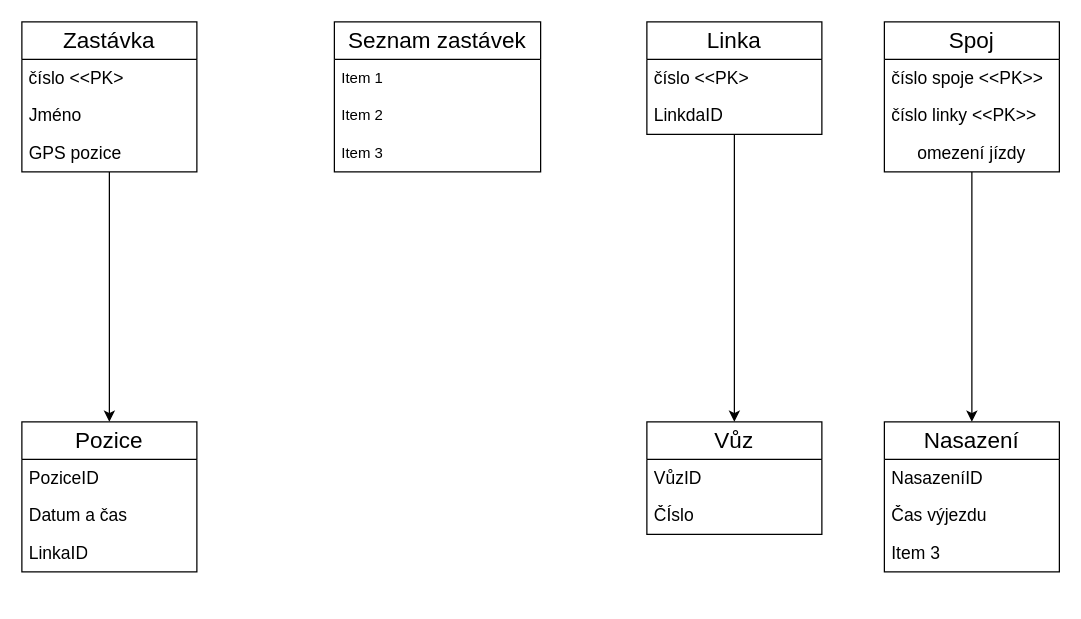
This is Untitled Diagram.drawio from 0MarI000/ER-diagram, a draw.io file, before an edit. Source tidied: cells renumbered, new cells numbered last; positions are measured from the earlier drawing's top-left corner, leaving out a move shared by most shapes. Both pictures are drawn from the tidied source at 125%, with x=0, y=0 at pixel (21, 21).
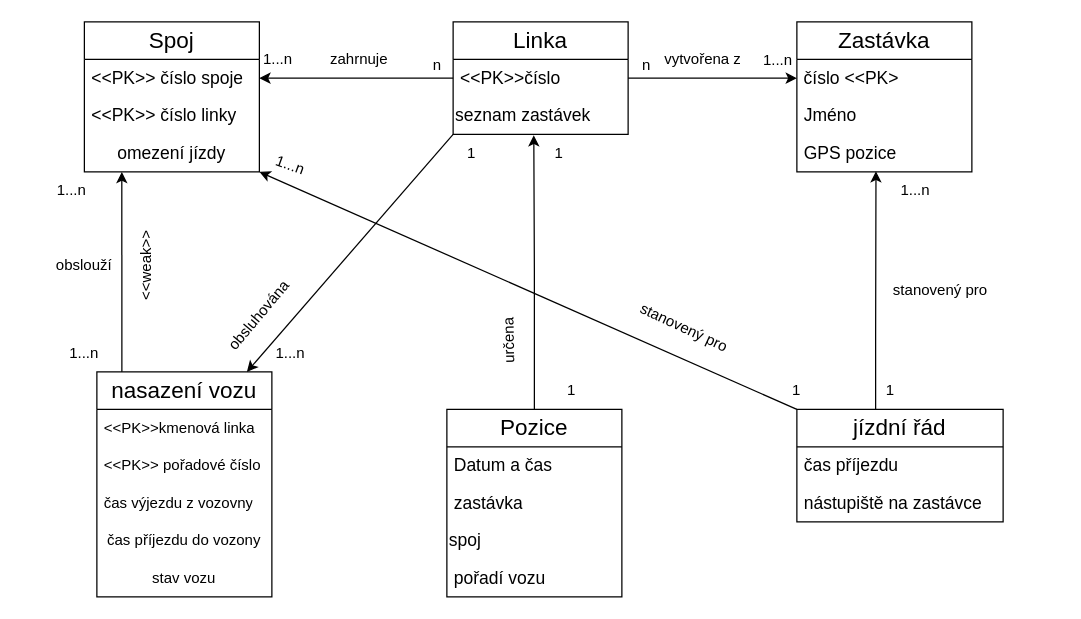
The same diagram, later.

The change refers to these unchanged cells:
```xml
<mxCell id="4" value="&lt;font style=&quot;font-size: 14px;&quot;&gt;&amp;nbsp;číslo &amp;lt;&amp;lt;PK&amp;gt;&lt;/font&gt;" style="text;html=1;strokeColor=none;fillColor=none;align=left;verticalAlign=middle;whiteSpace=wrap;rounded=0;" parent="3" vertex="1">
  <mxGeometry y="30" width="140" height="30" as="geometry" />
</mxCell>
<mxCell id="6" value="&lt;font style=&quot;font-size: 14px;&quot;&gt;GPS pozice&lt;/font&gt;" style="text;strokeColor=none;fillColor=none;align=left;verticalAlign=middle;spacingLeft=4;spacingRight=4;overflow=hidden;points=[[0,0.5],[1,0.5]];portConstraint=eastwest;whiteSpace=wrap;html=1;" parent="3" vertex="1">
  <mxGeometry y="90" width="140" height="30" as="geometry" />
</mxCell>
<mxCell id="15" value="&lt;font style=&quot;font-size: 14px;&quot;&gt;omezení jízdy&lt;/font&gt;" style="text;html=1;strokeColor=none;fillColor=none;align=center;verticalAlign=middle;whiteSpace=wrap;rounded=0;" parent="12" vertex="1">
  <mxGeometry y="90" width="140" height="30" as="geometry" />
</mxCell>
```

Diff of the diagram source:
```diff
@@
-    <mxCell id="2" style="edgeStyle=orthogonalEdgeStyle;rounded=0;jettySize=auto;html=1;entryX=0.5;entryY=0;entryDx=0;entryDy=0;" parent="1" edge="1" source="3" target="20">
-      <mxGeometry relative="1" as="geometry" />
-    </mxCell>
     <mxCell id="3" value="&lt;font style=&quot;font-size: 18px;&quot;&gt;Zastávka&lt;/font&gt;" style="swimlane;fontStyle=0;horizontal=1;startSize=30;whiteSpace=wrap;html=1;" parent="1" vertex="1">
-      <mxGeometry width="140" height="120" as="geometry" />
+      <mxGeometry x="620" width="140" height="120" as="geometry" />
     </mxCell>
@@
-    <mxCell id="7" style="edgeStyle=orthogonalEdgeStyle;rounded=0;jettySize=auto;html=1;" parent="1" edge="1" source="8" target="24">
-      <mxGeometry relative="1" as="geometry" />
-    </mxCell>
     <mxCell id="8" value="&lt;font style=&quot;font-size: 18px;&quot;&gt;Linka&lt;/font&gt;" style="swimlane;fontStyle=0;horizontal=1;startSize=30;whiteSpace=wrap;html=1;" parent="1" vertex="1">
-      <mxGeometry x="500" width="140" height="90" as="geometry" />
+      <mxGeometry x="345" width="140" height="90" as="geometry" />
     </mxCell>
-    <mxCell id="9" value="&lt;font style=&quot;font-size: 14px;&quot;&gt;číslo &amp;lt;&amp;lt;PK&amp;gt;&lt;br&gt;&lt;/font&gt;" style="text;strokeColor=none;fillColor=none;align=left;verticalAlign=middle;spacingLeft=4;spacingRight=4;overflow=hidden;points=[[0,0.5],[1,0.5]];portConstraint=eastwest;whiteSpace=wrap;html=1;" parent="8" vertex="1">
+    <mxCell id="9" value="&lt;font style=&quot;font-size: 14px;&quot;&gt;&amp;lt;&amp;lt;PK&amp;gt;&amp;gt;číslo&amp;nbsp;&lt;br&gt;&lt;/font&gt;" style="text;strokeColor=none;fillColor=none;align=left;verticalAlign=middle;spacingLeft=4;spacingRight=4;overflow=hidden;points=[[0,0.5],[1,0.5]];portConstraint=eastwest;whiteSpace=wrap;html=1;" parent="8" vertex="1">
       <mxGeometry y="30" width="140" height="30" as="geometry" />
     </mxCell>
-    <mxCell id="10" value="&lt;font style=&quot;font-size: 14px;&quot;&gt;LinkdaID&lt;/font&gt;" style="text;strokeColor=none;fillColor=none;align=left;verticalAlign=middle;spacingLeft=4;spacingRight=4;overflow=hidden;whiteSpace=wrap;html=1;" parent="8" vertex="1">
-      <mxGeometry y="60" width="140" height="30" as="geometry" />
-    </mxCell>
-    <mxCell id="11" style="edgeStyle=orthogonalEdgeStyle;rounded=0;jettySize=auto;html=1;entryX=0.5;entryY=0;entryDx=0;entryDy=0;" parent="1" edge="1" source="12" target="16">
-      <mxGeometry relative="1" as="geometry" />
-    </mxCell>
+    <mxCell id="31" value="&lt;font style=&quot;font-size: 14px;&quot;&gt;seznam zastávek&lt;/font&gt;" style="text;html=1;strokeColor=none;fillColor=none;align=left;verticalAlign=middle;whiteSpace=wrap;rounded=0;" parent="8" vertex="1">
+      <mxGeometry y="60" width="140" height="30" as="geometry" />
+    </mxCell>
     <mxCell id="12" value="&lt;font style=&quot;font-size: 18px;&quot;&gt;Spoj&lt;/font&gt;" style="swimlane;fontStyle=0;horizontal=1;startSize=30;whiteSpace=wrap;html=1;" parent="1" vertex="1">
-      <mxGeometry x="690" width="140" height="120" as="geometry" />
+      <mxGeometry x="50" width="140" height="120" as="geometry" />
     </mxCell>
-    <mxCell id="13" value="&lt;font style=&quot;font-size: 14px;&quot;&gt;číslo spoje &amp;lt;&amp;lt;PK&amp;gt;&amp;gt;&lt;/font&gt;" style="text;strokeColor=none;fillColor=none;align=left;verticalAlign=middle;spacingLeft=4;spacingRight=4;overflow=hidden;points=[[0,0.5],[1,0.5]];portConstraint=eastwest;whiteSpace=wrap;html=1;" parent="12" vertex="1">
+    <mxCell id="13" value="&lt;font style=&quot;font-size: 14px;&quot;&gt;&amp;lt;&amp;lt;PK&amp;gt;&amp;gt; číslo spoje&lt;/font&gt;" style="text;strokeColor=none;fillColor=none;align=left;verticalAlign=middle;spacingLeft=4;spacingRight=4;overflow=hidden;points=[[0,0.5],[1,0.5]];portConstraint=eastwest;whiteSpace=wrap;html=1;" parent="12" vertex="1">
       <mxGeometry y="30" width="140" height="30" as="geometry" />
     </mxCell>
-    <mxCell id="14" value="&lt;font style=&quot;font-size: 14px;&quot;&gt;číslo linky &amp;lt;&amp;lt;PK&amp;gt;&amp;gt;&lt;/font&gt;" style="text;strokeColor=none;fillColor=none;align=left;verticalAlign=middle;spacingLeft=4;spacingRight=4;overflow=hidden;whiteSpace=wrap;html=1;" parent="12" vertex="1">
+    <mxCell id="14" value="&lt;font style=&quot;font-size: 14px;&quot;&gt;&amp;lt;&amp;lt;PK&amp;gt;&amp;gt; číslo linky&lt;/font&gt;" style="text;strokeColor=none;fillColor=none;align=left;verticalAlign=middle;spacingLeft=4;spacingRight=4;overflow=hidden;whiteSpace=wrap;html=1;" parent="12" vertex="1">
       <mxGeometry y="60" width="140" height="30" as="geometry" />
     </mxCell>
@@
-    <mxCell id="16" value="&lt;font style=&quot;font-size: 18px;&quot;&gt;Nasazení&lt;/font&gt;" style="swimlane;fontStyle=0;horizontal=1;startSize=30;whiteSpace=wrap;html=1;" parent="1" vertex="1">
-      <mxGeometry x="690" y="320" width="140" height="120" as="geometry" />
-    </mxCell>
-    <mxCell id="17" value="&lt;font style=&quot;font-size: 14px;&quot;&gt;NasazeníID&lt;/font&gt;" style="text;strokeColor=none;fillColor=none;align=left;verticalAlign=middle;spacingLeft=4;spacingRight=4;overflow=hidden;whiteSpace=wrap;html=1;" parent="16" vertex="1">
-      <mxGeometry y="30" width="140" height="30" as="geometry" />
-    </mxCell>
-    <mxCell id="18" value="&lt;font style=&quot;font-size: 14px;&quot;&gt;Čas výjezdu&lt;/font&gt;" style="text;strokeColor=none;fillColor=none;align=left;verticalAlign=middle;spacingLeft=4;spacingRight=4;overflow=hidden;whiteSpace=wrap;html=1;" parent="16" vertex="1">
-      <mxGeometry y="60" width="140" height="30" as="geometry" />
-    </mxCell>
-    <mxCell id="19" value="&lt;font style=&quot;font-size: 14px;&quot;&gt;Item 3&lt;/font&gt;" style="text;strokeColor=none;fillColor=none;align=left;verticalAlign=middle;spacingLeft=4;spacingRight=4;overflow=hidden;whiteSpace=wrap;html=1;" parent="16" vertex="1">
-      <mxGeometry y="90" width="140" height="30" as="geometry" />
-    </mxCell>
     <mxCell id="20" value="&lt;font style=&quot;font-size: 18px;&quot;&gt;Pozice&lt;/font&gt;" style="swimlane;fontStyle=0;horizontal=1;startSize=30;whiteSpace=wrap;html=1;" parent="1" vertex="1">
-      <mxGeometry y="320" width="140" height="120" as="geometry" />
+      <mxGeometry x="340" y="310" width="140" height="150" as="geometry" />
     </mxCell>
-    <mxCell id="21" value="&lt;font style=&quot;font-size: 14px;&quot;&gt;PoziceID&lt;/font&gt;" style="text;strokeColor=none;fillColor=none;align=left;verticalAlign=middle;spacingLeft=4;spacingRight=4;overflow=hidden;whiteSpace=wrap;html=1;" parent="20" vertex="1">
-      <mxGeometry y="30" width="140" height="30" as="geometry" />
-    </mxCell>
     <mxCell id="22" value="&lt;font style=&quot;font-size: 14px;&quot;&gt;Datum a čas&lt;/font&gt;" style="text;strokeColor=none;fillColor=none;align=left;verticalAlign=middle;spacingLeft=4;spacingRight=4;overflow=hidden;whiteSpace=wrap;html=1;" parent="20" vertex="1">
-      <mxGeometry y="60" width="140" height="30" as="geometry" />
+      <mxGeometry y="30" width="140" height="30" as="geometry" />
     </mxCell>
-    <mxCell id="23" value="&lt;font style=&quot;font-size: 14px;&quot;&gt;LinkaID&lt;/font&gt;" style="text;strokeColor=none;fillColor=none;align=left;verticalAlign=middle;spacingLeft=4;spacingRight=4;overflow=hidden;whiteSpace=wrap;html=1;" parent="20" vertex="1">
-      <mxGeometry y="90" width="140" height="30" as="geometry" />
+    <mxCell id="23" value="&lt;font style=&quot;font-size: 14px;&quot;&gt;zastávka&lt;/font&gt;" style="text;strokeColor=none;fillColor=none;align=left;verticalAlign=middle;spacingLeft=4;spacingRight=4;overflow=hidden;whiteSpace=wrap;html=1;" parent="20" vertex="1">
+      <mxGeometry y="60" width="140" height="30" as="geometry" />
     </mxCell>
-    <mxCell id="24" value="&lt;font style=&quot;font-size: 18px;&quot;&gt;Vůz&lt;/font&gt;" style="swimlane;fontStyle=0;horizontal=1;startSize=30;whiteSpace=wrap;html=1;" parent="1" vertex="1">
-      <mxGeometry x="500" y="320" width="140" height="90" as="geometry" />
-    </mxCell>
-    <mxCell id="25" value="&lt;font style=&quot;font-size: 14px;&quot;&gt;VůzID&lt;/font&gt;" style="text;strokeColor=none;fillColor=none;align=left;verticalAlign=middle;spacingLeft=4;spacingRight=4;overflow=hidden;whiteSpace=wrap;html=1;" parent="24" vertex="1">
-      <mxGeometry y="30" width="140" height="30" as="geometry" />
-    </mxCell>
-    <mxCell id="26" value="&lt;font style=&quot;font-size: 14px;&quot;&gt;ČÍslo&lt;/font&gt;" style="text;strokeColor=none;fillColor=none;align=left;verticalAlign=middle;spacingLeft=4;spacingRight=4;overflow=hidden;whiteSpace=wrap;html=1;" parent="24" vertex="1">
-      <mxGeometry y="60" width="140" height="30" as="geometry" />
-    </mxCell>
+    <mxCell id="32" value="&lt;font style=&quot;font-size: 14px;&quot;&gt;spoj&lt;/font&gt;" style="text;html=1;strokeColor=none;fillColor=none;align=left;verticalAlign=middle;whiteSpace=wrap;rounded=0;" parent="20" vertex="1">
+      <mxGeometry y="90" width="140" height="30" as="geometry" />
+    </mxCell>
+    <mxCell id="21" value="&lt;font style=&quot;font-size: 14px;&quot;&gt;pořadí vozu&lt;/font&gt;" style="text;strokeColor=none;fillColor=none;align=left;verticalAlign=middle;spacingLeft=4;spacingRight=4;overflow=hidden;whiteSpace=wrap;html=1;" parent="20" vertex="1">
+      <mxGeometry y="120" width="140" height="30" as="geometry" />
+    </mxCell>
-    <mxCell id="27" value="&lt;span style=&quot;font-size: 18px;&quot;&gt;Seznam zastávek&lt;/span&gt;" style="swimlane;fontStyle=0;horizontal=1;startSize=30;whiteSpace=wrap;html=1;" parent="1" vertex="1">
-      <mxGeometry x="250" width="165" height="120" as="geometry" />
+    <mxCell id="27" value="&lt;span style=&quot;font-size: 18px;&quot;&gt;jízdní řád&lt;/span&gt;" style="swimlane;fontStyle=0;horizontal=1;startSize=30;whiteSpace=wrap;html=1;" parent="1" vertex="1">
+      <mxGeometry x="620" y="310" width="165" height="90" as="geometry" />
     </mxCell>
-    <mxCell id="28" value="Item 1" style="text;strokeColor=none;fillColor=none;align=left;verticalAlign=middle;spacingLeft=4;spacingRight=4;overflow=hidden;whiteSpace=wrap;html=1;" parent="27" vertex="1">
+    <mxCell id="28" value="&lt;font style=&quot;font-size: 14px;&quot;&gt;čas příjezdu&lt;/font&gt;" style="text;strokeColor=none;fillColor=none;align=left;verticalAlign=middle;spacingLeft=4;spacingRight=4;overflow=hidden;whiteSpace=wrap;html=1;" parent="27" vertex="1">
       <mxGeometry y="30" width="165" height="30" as="geometry" />
     </mxCell>
-    <mxCell id="29" value="Item 2" style="text;strokeColor=none;fillColor=none;align=left;verticalAlign=middle;spacingLeft=4;spacingRight=4;overflow=hidden;whiteSpace=wrap;html=1;" parent="27" vertex="1">
-      <mxGeometry y="60" width="165" height="30" as="geometry" />
-    </mxCell>
-    <mxCell id="30" value="Item 3" style="text;strokeColor=none;fillColor=none;align=left;verticalAlign=middle;spacingLeft=4;spacingRight=4;overflow=hidden;whiteSpace=wrap;html=1;" parent="27" vertex="1">
-      <mxGeometry y="90" width="165" height="30" as="geometry" />
+    <mxCell id="30" value="&lt;font style=&quot;font-size: 14px;&quot;&gt;nástupiště na zastávce&lt;br&gt;&lt;/font&gt;" style="text;strokeColor=none;fillColor=none;align=left;verticalAlign=middle;spacingLeft=4;spacingRight=4;overflow=hidden;whiteSpace=wrap;html=1;" parent="27" vertex="1">
+      <mxGeometry y="60" width="165" height="30" as="geometry" />
     </mxCell>
+    <mxCell id="33" style="edgeStyle=orthogonalEdgeStyle;rounded=0;jettySize=auto;html=1;exitX=0;exitY=0.5;exitDx=0;exitDy=0;" parent="1" edge="1" source="9" target="13">
+      <mxGeometry relative="1" as="geometry" />
+    </mxCell>
+    <mxCell id="34" value="n" style="text;html=1;strokeColor=none;fillColor=none;align=center;verticalAlign=middle;whiteSpace=wrap;rounded=0;" parent="1" vertex="1">
+      <mxGeometry x="320" y="30" width="25" height="10" as="geometry" />
+    </mxCell>
+    <mxCell id="35" value="1...n" style="text;html=1;strokeColor=none;fillColor=none;align=center;verticalAlign=middle;whiteSpace=wrap;rounded=0;" parent="1" vertex="1">
+      <mxGeometry x="190" y="25" width="30" height="10" as="geometry" />
+    </mxCell>
+    <mxCell id="36" value="zahrnuje" style="text;html=1;strokeColor=none;fillColor=none;align=center;verticalAlign=middle;whiteSpace=wrap;rounded=0;" parent="1" vertex="1">
+      <mxGeometry x="240" y="20" width="60" height="20" as="geometry" />
+    </mxCell>
+    <mxCell id="37" style="edgeStyle=orthogonalEdgeStyle;rounded=0;jettySize=auto;html=1;entryX=0;entryY=0.5;entryDx=0;entryDy=0;" parent="1" edge="1" source="9" target="4">
+      <mxGeometry relative="1" as="geometry" />
+    </mxCell>
+    <mxCell id="38" value="n" style="text;html=1;strokeColor=none;fillColor=none;align=center;verticalAlign=middle;whiteSpace=wrap;rounded=0;" parent="1" vertex="1">
+      <mxGeometry x="490" y="30" width="20" height="10" as="geometry" />
+    </mxCell>
+    <mxCell id="39" value="1...n" style="text;html=1;strokeColor=none;fillColor=none;align=center;verticalAlign=middle;whiteSpace=wrap;rounded=0;" parent="1" vertex="1">
+      <mxGeometry x="590" y="30" width="30" as="geometry" />
+    </mxCell>
+    <mxCell id="40" style="edgeStyle=orthogonalEdgeStyle;rounded=0;jettySize=auto;html=1;entryX=0.452;entryY=0.984;entryDx=0;entryDy=0;entryPerimeter=0;" parent="1" edge="1" source="27" target="6">
+      <mxGeometry relative="1" as="geometry">
+        <Array as="points">
+          <mxPoint x="683" y="250" />
+          <mxPoint x="683" y="250" />
+        </Array>
+      </mxGeometry>
+    </mxCell>
+    <mxCell id="41" style="endArrow=classic;html=1;rounded=0;entryX=1;entryY=1;entryDx=0;entryDy=0;exitX=0;exitY=0;exitDx=0;exitDy=0;" parent="1" edge="1" source="27" target="15">
+      <mxGeometry relative="1" as="geometry" />
+    </mxCell>
+    <mxCell id="42" value="1...n" style="text;html=1;strokeColor=none;fillColor=none;align=center;verticalAlign=middle;whiteSpace=wrap;rounded=0;rotation=20;" parent="1" vertex="1">
+      <mxGeometry x="200" y="110" width="30" height="10" as="geometry" />
+    </mxCell>
+    <mxCell id="43" value="1" style="text;html=1;strokeColor=none;fillColor=none;align=center;verticalAlign=middle;whiteSpace=wrap;rounded=0;" parent="1" vertex="1">
+      <mxGeometry x="690" y="290" width="10" height="10" as="geometry" />
+    </mxCell>
+    <mxCell id="44" value="vytvořena z" style="text;html=1;strokeColor=none;fillColor=none;align=center;verticalAlign=middle;whiteSpace=wrap;rounded=0;" parent="1" vertex="1">
+      <mxGeometry x="510" y="20" width="70" height="20" as="geometry" />
+    </mxCell>
+    <mxCell id="45" value="obsluhována" style="text;html=1;strokeColor=none;fillColor=none;align=center;verticalAlign=middle;whiteSpace=wrap;rounded=0;rotation=-50;" parent="1" vertex="1">
+      <mxGeometry x="150" y="220" width="80" height="30" as="geometry" />
+    </mxCell>
+    <mxCell id="46" value="1" style="text;html=1;strokeColor=none;fillColor=none;align=center;verticalAlign=middle;whiteSpace=wrap;rounded=0;" parent="1" vertex="1">
+      <mxGeometry x="345" y="100" width="30" height="10" as="geometry" />
+    </mxCell>
+    <mxCell id="47" value="1...n" style="text;html=1;strokeColor=none;fillColor=none;align=center;verticalAlign=middle;whiteSpace=wrap;rounded=0;" parent="1" vertex="1">
+      <mxGeometry x="200" y="260" width="30" height="10" as="geometry" />
+    </mxCell>
+    <mxCell id="48" value="1...n" style="text;html=1;strokeColor=none;fillColor=none;align=center;verticalAlign=middle;whiteSpace=wrap;rounded=0;" parent="1" vertex="1">
+      <mxGeometry x="690" y="130" width="50" height="10" as="geometry" />
+    </mxCell>
+    <mxCell id="49" style="endArrow=classic;html=1;rounded=0;exitX=0;exitY=1;exitDx=0;exitDy=0;" parent="1" edge="1" source="31">
+      <mxGeometry relative="1" as="geometry">
+        <mxPoint x="180" y="280" as="targetPoint" />
+      </mxGeometry>
+    </mxCell>
+    <mxCell id="50" style="edgeStyle=orthogonalEdgeStyle;rounded=0;jettySize=auto;html=1;entryX=0.461;entryY=1.025;entryDx=0;entryDy=0;entryPerimeter=0;" parent="1" edge="1" source="20" target="31">
+      <mxGeometry relative="1" as="geometry" />
+    </mxCell>
+    <mxCell id="51" style="endArrow=classic;html=1;rounded=0;entryX=0.214;entryY=1;entryDx=0;entryDy=0;entryPerimeter=0;" parent="1" edge="1" target="15">
+      <mxGeometry relative="1" as="geometry">
+        <mxPoint x="80" y="280" as="sourcePoint" />
+      </mxGeometry>
+    </mxCell>
+    <mxCell id="52" value="1...n" style="text;html=1;strokeColor=none;fillColor=none;align=center;verticalAlign=middle;whiteSpace=wrap;rounded=0;" parent="1" vertex="1">
+      <mxGeometry x="30" y="260" width="40" height="10" as="geometry" />
+    </mxCell>
+    <mxCell id="53" value="obslouží" style="text;html=1;strokeColor=none;fillColor=none;align=center;verticalAlign=middle;whiteSpace=wrap;rounded=0;" parent="1" vertex="1">
+      <mxGeometry x="20" y="180" width="60" height="30" as="geometry" />
+    </mxCell>
+    <mxCell id="54" value="1...n" style="text;html=1;strokeColor=none;fillColor=none;align=center;verticalAlign=middle;whiteSpace=wrap;rounded=0;" parent="1" vertex="1">
+      <mxGeometry x="20" y="130" width="40" height="10" as="geometry" />
+    </mxCell>
+    <mxCell id="55" value="&lt;font style=&quot;font-size: 18px;&quot;&gt;nasazení vozu&lt;/font&gt;" style="swimlane;fontStyle=0;horizontal=1;startSize=30;whiteSpace=wrap;html=1;" parent="1" vertex="1">
+      <mxGeometry x="60" y="280" width="140" height="180" as="geometry" />
+    </mxCell>
+    <mxCell id="56" value="&amp;lt;&amp;lt;PK&amp;gt;&amp;gt;kmenová linka" style="text;strokeColor=none;fillColor=none;align=left;verticalAlign=middle;spacingLeft=4;spacingRight=4;overflow=hidden;whiteSpace=wrap;html=1;" parent="55" vertex="1">
+      <mxGeometry y="30" width="140" height="30" as="geometry" />
+    </mxCell>
+    <mxCell id="57" value="&amp;lt;&amp;lt;PK&amp;gt;&amp;gt; pořadové číslo" style="text;strokeColor=none;fillColor=none;align=left;verticalAlign=middle;spacingLeft=4;spacingRight=4;overflow=hidden;whiteSpace=wrap;html=1;" parent="55" vertex="1">
+      <mxGeometry y="60" width="140" height="30" as="geometry" />
+    </mxCell>
+    <mxCell id="58" value="čas výjezdu z vozovny" style="text;strokeColor=none;fillColor=none;align=left;verticalAlign=middle;spacingLeft=4;spacingRight=4;overflow=hidden;whiteSpace=wrap;html=1;" parent="55" vertex="1">
+      <mxGeometry y="90" width="140" height="30" as="geometry" />
+    </mxCell>
+    <mxCell id="59" value="čas příjezdu do vozony" style="text;html=1;strokeColor=none;fillColor=none;align=center;verticalAlign=middle;whiteSpace=wrap;rounded=0;" parent="55" vertex="1">
+      <mxGeometry y="120" width="140" height="30" as="geometry" />
+    </mxCell>
+    <mxCell id="60" value="stav vozu" style="text;html=1;strokeColor=none;fillColor=none;align=center;verticalAlign=middle;whiteSpace=wrap;rounded=0;" parent="55" vertex="1">
+      <mxGeometry y="150" width="140" height="30" as="geometry" />
+    </mxCell>
+    <mxCell id="61" value="&amp;lt;&amp;lt;weak&amp;gt;&amp;gt;" style="text;html=1;strokeColor=none;fillColor=none;align=center;verticalAlign=middle;whiteSpace=wrap;rounded=0;rotation=-90;" parent="1" vertex="1">
+      <mxGeometry x="70" y="180" width="60" height="30" as="geometry" />
+    </mxCell>
+    <mxCell id="62" value="1" style="text;html=1;strokeColor=none;fillColor=none;align=center;verticalAlign=middle;whiteSpace=wrap;rounded=0;" parent="1" vertex="1">
+      <mxGeometry x="410" y="280" width="60" height="30" as="geometry" />
+    </mxCell>
+    <mxCell id="63" value="stanovený pro" style="text;html=1;strokeColor=none;fillColor=none;align=center;verticalAlign=middle;whiteSpace=wrap;rounded=0;" parent="1" vertex="1">
+      <mxGeometry x="690" y="200" width="90" height="30" as="geometry" />
+    </mxCell>
+    <mxCell id="64" value="1" style="text;html=1;strokeColor=none;fillColor=none;align=center;verticalAlign=middle;whiteSpace=wrap;rounded=0;" parent="1" vertex="1">
+      <mxGeometry x="420" y="100" width="20" height="10" as="geometry" />
+    </mxCell>
+    <mxCell id="65" value="stanovený pro" style="text;html=1;strokeColor=none;fillColor=none;align=center;verticalAlign=middle;whiteSpace=wrap;rounded=0;rotation=25;" parent="1" vertex="1">
+      <mxGeometry x="480" y="230" width="100" height="30" as="geometry" />
+    </mxCell>
+    <mxCell id="66" value="určena" style="text;html=1;strokeColor=none;fillColor=none;align=center;verticalAlign=middle;whiteSpace=wrap;rounded=0;rotation=-91;" parent="1" vertex="1">
+      <mxGeometry x="360" y="240" width="60" height="30" as="geometry" />
+    </mxCell>
+    <mxCell id="67" value="1" style="text;html=1;strokeColor=none;fillColor=none;align=center;verticalAlign=middle;whiteSpace=wrap;rounded=0;" parent="1" vertex="1">
+      <mxGeometry x="610" y="290" width="20" height="10" as="geometry" />
+    </mxCell>
```
